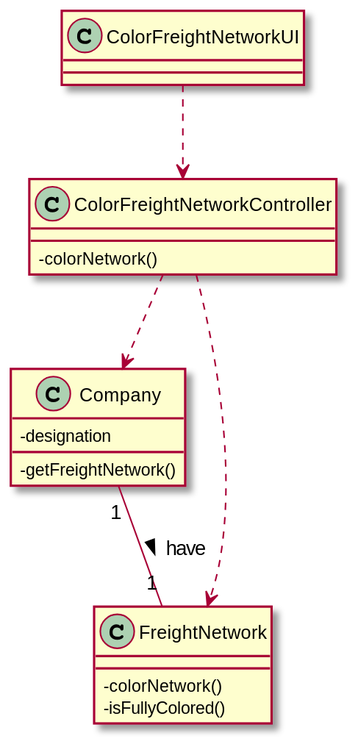
Before: docs/US302/US302_CD.svg, a diagram exported from PlantUML (0franciscor/lapr3-2021-g042).
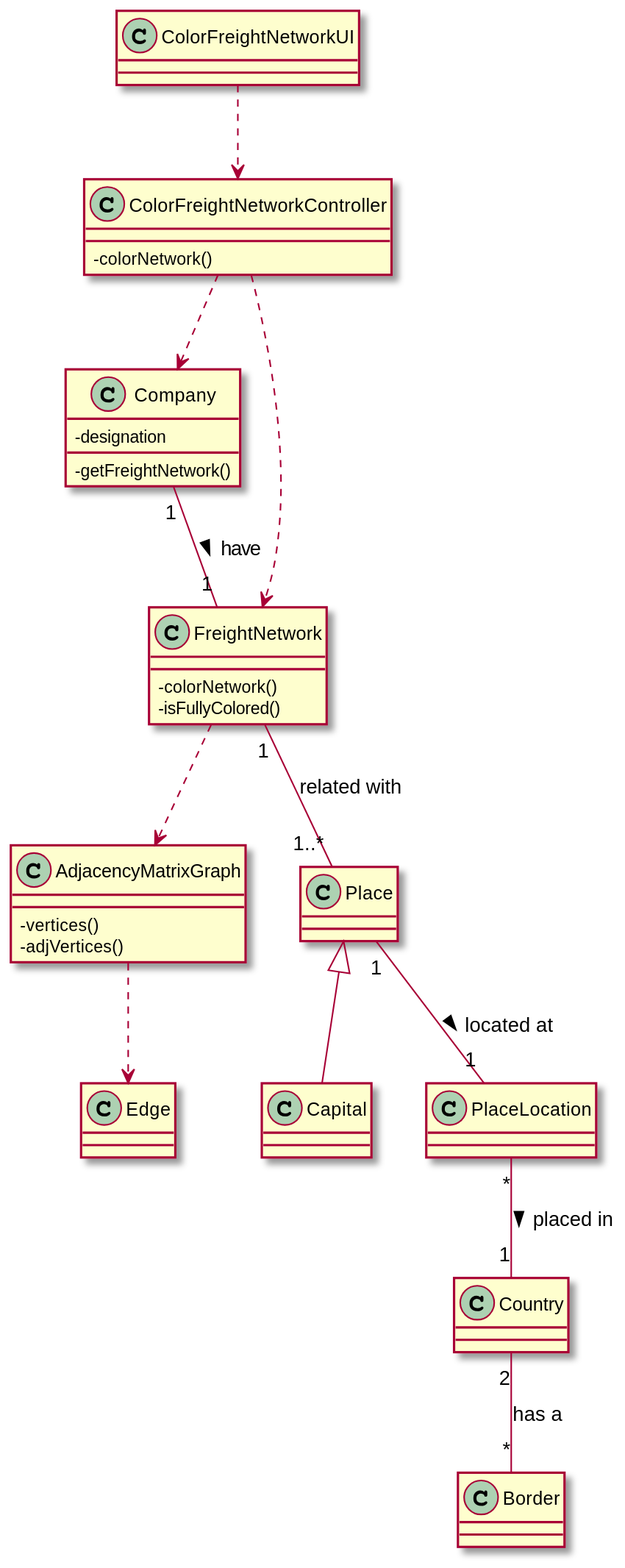
After the change.

Change to the diagram source:
```diff
@@ -20,6 +20,12 @@
 -isFullyColored()
 }
 
+class AdjacencyMatrixGraph {
+-vertices()
+-adjVertices()
+
+}
+
 
 
 ColorFreightNetworkUI ..> ColorFreightNetworkController
@@ -29,5 +35,12 @@
 
 Company "1"--"1" FreightNetwork: have >
 
+FreightNetwork ..> AdjacencyMatrixGraph
+FreightNetwork "1" -- "1..*" Place : related with
+Place <|-- Capital
+Place "1" -- "1" PlaceLocation : located at >
+PlaceLocation "*" -- "1" Country : placed in >
+Country "2" -- "*" Border : has a
+AdjacencyMatrixGraph ..> Edge
 
 @enduml
```
